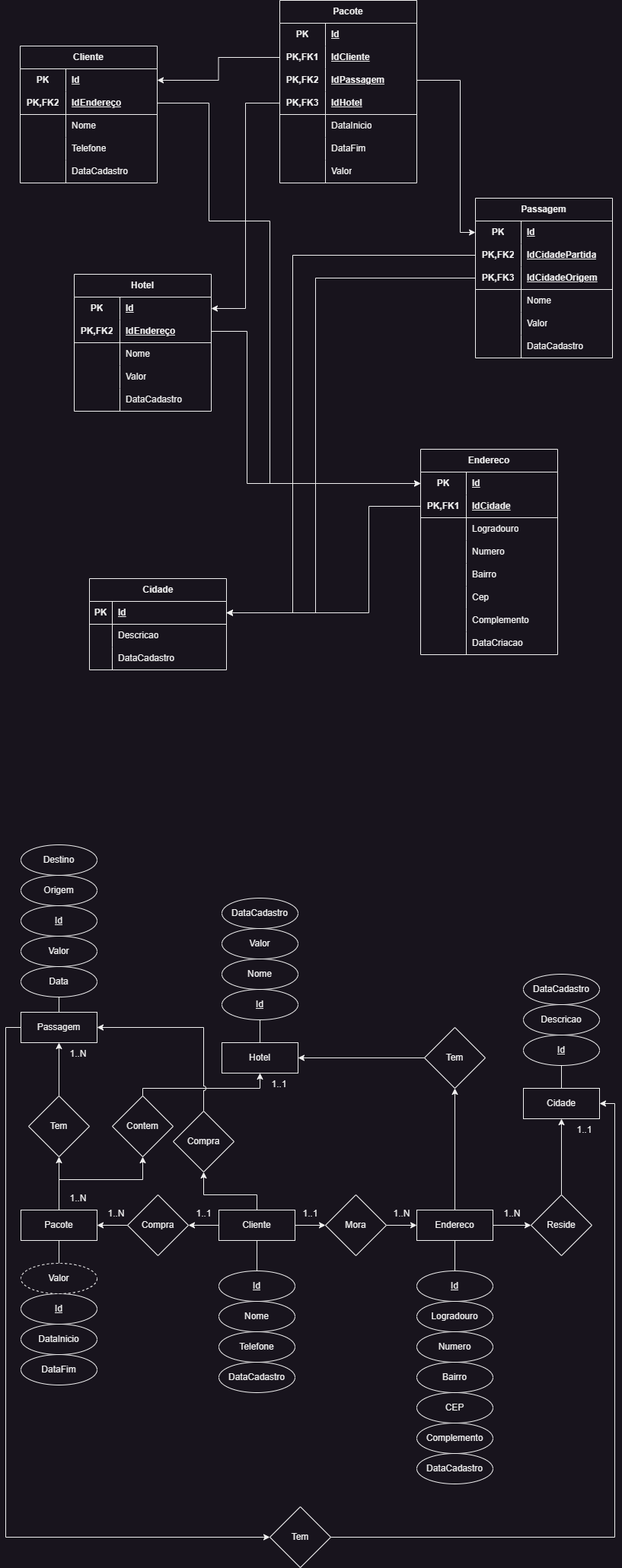
GBFerro/projandeTurismoADO keeps this draw.io diagram as Andre-turismo.png. Above is the earlier version. Source tidied: cells renumbered, new cells last; positions are measured from the earlier drawing's top-left corner, leaving out a move shared by most shapes.
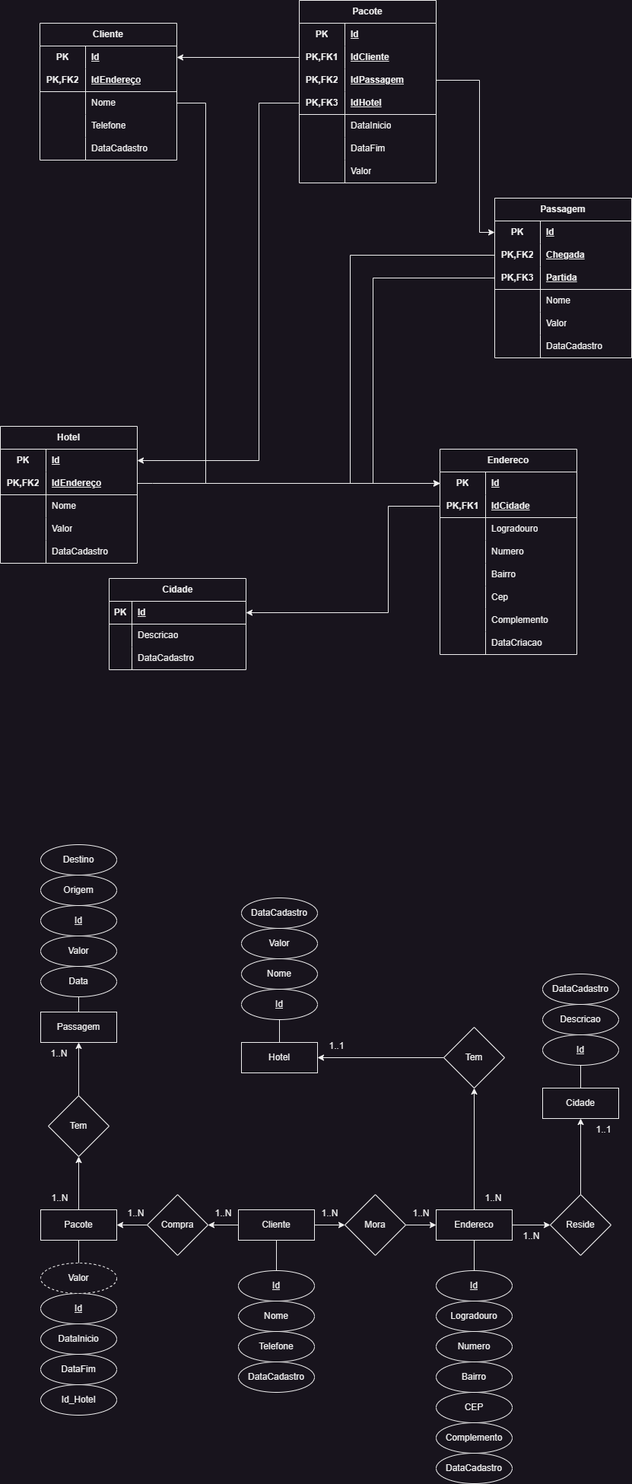
Above is the later version.

The edit, as a diff of the source:
```diff
@@ -107,14 +107,6 @@
     <mxCell id="36" value="DataCriacao" style="shape=partialRectangle;fillColor=none;top=0;left=0;bottom=0;right=0;align=left;spacingLeft=6;overflow=hidden;html=1;whiteSpace=wrap;" parent="34" vertex="1">
       <mxGeometry x="60" width="120" height="30" as="geometry" />
     </mxCell>
-    <mxCell id="37" style="edgeStyle=orthogonalEdgeStyle;rounded=0;jettySize=auto;html=1;" parent="1" edge="1" source="39" target="93">
-      <mxGeometry relative="1" as="geometry">
-        <Array as="points">
-          <mxPoint x="70" y="1550" />
-          <mxPoint x="180" y="1550" />
-        </Array>
-      </mxGeometry>
-    </mxCell>
     <mxCell id="38" style="edgeStyle=orthogonalEdgeStyle;rounded=0;jettySize=auto;html=1;" parent="1" edge="1" source="39" target="98">
       <mxGeometry relative="1" as="geometry" />
     </mxCell>
@@ -130,25 +122,9 @@
     <mxCell id="42" style="edgeStyle=orthogonalEdgeStyle;rounded=0;jettySize=auto;html=1;" parent="1" edge="1" source="44" target="89">
       <mxGeometry relative="1" as="geometry" />
     </mxCell>
-    <mxCell id="43" style="edgeStyle=orthogonalEdgeStyle;rounded=0;jettySize=auto;html=1;" parent="1" edge="1" source="44" target="104">
-      <mxGeometry relative="1" as="geometry">
-        <Array as="points">
-          <mxPoint x="330" y="1570" />
-          <mxPoint x="260" y="1570" />
-        </Array>
-      </mxGeometry>
-    </mxCell>
     <mxCell id="44" value="Cliente" style="whiteSpace=wrap;html=1;align=center;" parent="1" vertex="1">
       <mxGeometry x="280" y="1590" width="100" height="40" as="geometry" />
     </mxCell>
-    <mxCell id="45" style="edgeStyle=orthogonalEdgeStyle;rounded=0;jettySize=auto;html=1;exitX=0;exitY=0.5;exitDx=0;exitDy=0;entryX=0;entryY=0.5;entryDx=0;entryDy=0;" parent="1" edge="1" source="46" target="108">
-      <mxGeometry relative="1" as="geometry">
-        <Array as="points">
-          <mxPoint y="1350" />
-          <mxPoint y="2020" />
-        </Array>
-      </mxGeometry>
-    </mxCell>
     <mxCell id="46" value="Passagem" style="whiteSpace=wrap;html=1;align=center;" parent="1" vertex="1">
       <mxGeometry x="20" y="1330" width="100" height="40" as="geometry" />
     </mxCell>
@@ -261,7 +237,7 @@
       <mxGeometry x="740" y="1470" width="40" height="30" as="geometry" />
     </mxCell>
     <mxCell id="83" value="1..N" style="text;html=1;align=center;verticalAlign=middle;strokeColor=none;fillColor=none;" parent="1" vertex="1">
-      <mxGeometry x="640" y="1580" width="50" height="30" as="geometry" />
+      <mxGeometry x="640" y="1610" width="50" height="30" as="geometry" />
     </mxCell>
     <mxCell id="84" style="edgeStyle=orthogonalEdgeStyle;rounded=0;jettySize=auto;html=1;" parent="1" edge="1" source="85" target="49">
       <mxGeometry relative="1" as="geometry" />
@@ -269,8 +245,8 @@
     <mxCell id="85" value="Mora" style="rhombus;whiteSpace=wrap;html=1;" parent="1" vertex="1">
       <mxGeometry x="420" y="1570" width="80" height="80" as="geometry" />
     </mxCell>
-    <mxCell id="86" value="1..1" style="text;html=1;align=center;verticalAlign=middle;strokeColor=none;fillColor=none;" parent="1" vertex="1">
-      <mxGeometry x="380" y="1580" width="40" height="30" as="geometry" />
+    <mxCell id="86" value="1..N" style="text;html=1;align=center;verticalAlign=middle;strokeColor=none;fillColor=none;" parent="1" vertex="1">
+      <mxGeometry x="375" y="1580" width="50" height="30" as="geometry" />
     </mxCell>
     <mxCell id="87" value="1..N" style="text;html=1;align=center;verticalAlign=middle;strokeColor=none;fillColor=none;" parent="1" vertex="1">
       <mxGeometry x="495" y="1580" width="50" height="30" as="geometry" />
@@ -281,31 +257,17 @@
     <mxCell id="89" value="Compra" style="rhombus;whiteSpace=wrap;html=1;" parent="1" vertex="1">
       <mxGeometry x="160" y="1570" width="80" height="80" as="geometry" />
     </mxCell>
-    <mxCell id="90" value="1..1" style="text;html=1;align=center;verticalAlign=middle;strokeColor=none;fillColor=none;" parent="1" vertex="1">
-      <mxGeometry x="240" y="1580" width="40" height="30" as="geometry" />
+    <mxCell id="90" value="1..N" style="text;html=1;align=center;verticalAlign=middle;strokeColor=none;fillColor=none;" parent="1" vertex="1">
+      <mxGeometry x="235" y="1580" width="50" height="30" as="geometry" />
     </mxCell>
     <mxCell id="91" value="1..N" style="text;html=1;align=center;verticalAlign=middle;strokeColor=none;fillColor=none;" parent="1" vertex="1">
       <mxGeometry x="120" y="1580" width="50" height="30" as="geometry" />
     </mxCell>
-    <mxCell id="92" style="edgeStyle=orthogonalEdgeStyle;rounded=0;jettySize=auto;html=1;exitX=0.5;exitY=0;exitDx=0;exitDy=0;entryX=0.5;entryY=1;entryDx=0;entryDy=0;" parent="1" edge="1" source="93" target="40">
-      <mxGeometry relative="1" as="geometry">
-        <Array as="points">
-          <mxPoint x="180" y="1430" />
-          <mxPoint x="334" y="1430" />
-        </Array>
-      </mxGeometry>
-    </mxCell>
-    <mxCell id="93" value="Contem" style="rhombus;whiteSpace=wrap;html=1;" parent="1" vertex="1">
-      <mxGeometry x="140" y="1440" width="80" height="80" as="geometry" />
-    </mxCell>
     <mxCell id="94" value="1..N" style="text;html=1;align=center;verticalAlign=middle;strokeColor=none;fillColor=none;" parent="1" vertex="1">
-      <mxGeometry x="70" y="1370" width="50" height="30" as="geometry" />
+      <mxGeometry x="19" y="1370" width="50" height="30" as="geometry" />
     </mxCell>
-    <mxCell id="95" value="1..1" style="text;html=1;align=center;verticalAlign=middle;strokeColor=none;fillColor=none;" parent="1" vertex="1">
-      <mxGeometry x="339" y="1410" width="40" height="30" as="geometry" />
-    </mxCell>
     <mxCell id="96" value="1..N" style="text;html=1;align=center;verticalAlign=middle;strokeColor=none;fillColor=none;" parent="1" vertex="1">
-      <mxGeometry x="70" y="1560" width="50" height="30" as="geometry" />
+      <mxGeometry x="20" y="1560" width="50" height="30" as="geometry" />
     </mxCell>
     <mxCell id="97" style="edgeStyle=orthogonalEdgeStyle;rounded=0;jettySize=auto;html=1;entryX=0.5;entryY=1;entryDx=0;entryDy=0;" parent="1" edge="1" source="98" target="46">
       <mxGeometry relative="1" as="geometry" />
@@ -325,30 +287,14 @@
     <mxCell id="102" value="Destino" style="ellipse;whiteSpace=wrap;html=1;align=center;" parent="1" vertex="1">
       <mxGeometry x="20" y="1110" width="100" height="40" as="geometry" />
     </mxCell>
-    <mxCell id="103" style="edgeStyle=orthogonalEdgeStyle;rounded=0;jettySize=auto;html=1;exitX=0.5;exitY=0;exitDx=0;exitDy=0;entryX=1;entryY=0.5;entryDx=0;entryDy=0;jumpStyle=arc;" parent="1" edge="1" source="104" target="46">
-      <mxGeometry relative="1" as="geometry">
-        <Array as="points">
-          <mxPoint x="260" y="1350" />
-        </Array>
-      </mxGeometry>
-    </mxCell>
-    <mxCell id="104" value="Compra" style="rhombus;whiteSpace=wrap;html=1;" parent="1" vertex="1">
-      <mxGeometry x="220" y="1460" width="80" height="80" as="geometry" />
-    </mxCell>
     <mxCell id="105" value="DataInicio" style="ellipse;whiteSpace=wrap;html=1;align=center;" parent="1" vertex="1">
       <mxGeometry x="20" y="1740" width="100" height="40" as="geometry" />
     </mxCell>
     <mxCell id="106" value="DataFim" style="ellipse;whiteSpace=wrap;html=1;align=center;" parent="1" vertex="1">
       <mxGeometry x="20" y="1780" width="100" height="40" as="geometry" />
     </mxCell>
-    <mxCell id="107" style="edgeStyle=orthogonalEdgeStyle;rounded=0;jettySize=auto;html=1;exitX=1;exitY=0.5;exitDx=0;exitDy=0;entryX=1;entryY=0.5;entryDx=0;entryDy=0;" parent="1" edge="1" source="108" target="50">
-      <mxGeometry relative="1" as="geometry" />
-    </mxCell>
-    <mxCell id="108" value="Tem" style="rhombus;whiteSpace=wrap;html=1;" parent="1" vertex="1">
-      <mxGeometry x="347" y="1980" width="80" height="80" as="geometry" />
-    </mxCell>
     <mxCell id="109" value="Cliente" style="shape=table;startSize=30;rowLines=0;fontStyle=1;align=center;html=1;whiteSpace=wrap;" parent="1" vertex="1">
-      <mxGeometry x="19" y="60" width="180" height="180" as="geometry" />
+      <mxGeometry x="19" y="30" width="180" height="180" as="geometry" />
     </mxCell>
     <mxCell id="110" style="shape=tableRow;horizontal=0;startSize=0;swimlaneHead=0;swimlaneBody=0;fillColor=none;points=[[0,0.5],[1,0.5]];portConstraint=eastwest;top=0;left=0;right=0;bottom=0;html=1;" parent="109" vertex="1">
       <mxGeometry y="30" width="180" height="30" as="geometry" />
@@ -396,7 +342,7 @@
       <mxGeometry x="60" width="120" height="30" as="geometry" />
     </mxCell>
     <mxCell id="125" value="Hotel" style="shape=table;startSize=30;rowLines=0;fontStyle=1;align=center;html=1;whiteSpace=wrap;" parent="1" vertex="1">
-      <mxGeometry x="90" y="360" width="180" height="180" as="geometry" />
+      <mxGeometry x="-33" y="560" width="180" height="180" as="geometry" />
     </mxCell>
     <mxCell id="126" style="shape=tableRow;horizontal=0;startSize=0;swimlaneHead=0;swimlaneBody=0;fillColor=none;points=[[0,0.5],[1,0.5]];portConstraint=eastwest;top=0;left=0;right=0;bottom=0;html=1;" parent="125" vertex="1">
       <mxGeometry y="30" width="180" height="30" as="geometry" />
@@ -461,7 +407,7 @@
     <mxCell id="146" value="PK,FK2" style="shape=partialRectangle;fillColor=none;top=0;left=0;bottom=0;right=0;fontStyle=1;overflow=hidden;html=1;whiteSpace=wrap;" parent="145" vertex="1">
       <mxGeometry width="60" height="30" as="geometry" />
     </mxCell>
-    <mxCell id="147" value="IdCidadePartida" style="shape=partialRectangle;fillColor=none;top=0;left=0;bottom=0;right=0;align=left;spacingLeft=6;fontStyle=5;overflow=hidden;html=1;whiteSpace=wrap;" parent="145" vertex="1">
+    <mxCell id="147" value="Chegada" style="shape=partialRectangle;fillColor=none;top=0;left=0;bottom=0;right=0;align=left;spacingLeft=6;fontStyle=5;overflow=hidden;html=1;whiteSpace=wrap;" parent="145" vertex="1">
       <mxGeometry x="60" width="120" height="30" as="geometry" />
     </mxCell>
     <mxCell id="148" style="shape=tableRow;horizontal=0;startSize=0;swimlaneHead=0;swimlaneBody=0;fillColor=none;points=[[0,0.5],[1,0.5]];portConstraint=eastwest;top=0;left=0;right=0;bottom=1;html=1;" parent="141" vertex="1">
@@ -470,7 +416,7 @@
     <mxCell id="149" value="PK,FK3" style="shape=partialRectangle;fillColor=none;top=0;left=0;bottom=0;right=0;fontStyle=1;overflow=hidden;html=1;whiteSpace=wrap;" parent="148" vertex="1">
       <mxGeometry width="60" height="30" as="geometry" />
     </mxCell>
-    <mxCell id="150" value="IdCidadeOrigem" style="shape=partialRectangle;fillColor=none;top=0;left=0;bottom=0;right=0;align=left;spacingLeft=6;fontStyle=5;overflow=hidden;html=1;whiteSpace=wrap;" parent="148" vertex="1">
+    <mxCell id="150" value="Partida" style="shape=partialRectangle;fillColor=none;top=0;left=0;bottom=0;right=0;align=left;spacingLeft=6;fontStyle=5;overflow=hidden;html=1;whiteSpace=wrap;" parent="148" vertex="1">
       <mxGeometry x="60" width="120" height="30" as="geometry" />
     </mxCell>
     <mxCell id="151" style="shape=tableRow;horizontal=0;startSize=0;swimlaneHead=0;swimlaneBody=0;fillColor=none;top=0;left=0;right=0;bottom=0;html=1;" parent="141" vertex="1">
@@ -570,7 +516,12 @@
       <mxGeometry relative="1" as="geometry" />
     </mxCell>
     <mxCell id="183" style="edgeStyle=orthogonalEdgeStyle;rounded=0;jettySize=auto;html=1;exitX=0;exitY=0.5;exitDx=0;exitDy=0;" parent="1" edge="1" source="170" target="126">
-      <mxGeometry relative="1" as="geometry" />
+      <mxGeometry relative="1" as="geometry">
+        <Array as="points">
+          <mxPoint x="307" y="135" />
+          <mxPoint x="307" y="605" />
+        </Array>
+      </mxGeometry>
     </mxCell>
     <mxCell id="184" style="edgeStyle=orthogonalEdgeStyle;rounded=0;jettySize=auto;html=1;exitX=1;exitY=0.5;exitDx=0;exitDy=0;entryX=0;entryY=0.5;entryDx=0;entryDy=0;" parent="1" edge="1" source="167" target="142">
       <mxGeometry relative="1" as="geometry">
@@ -588,39 +539,45 @@
         </Array>
       </mxGeometry>
     </mxCell>
-    <mxCell id="186" style="edgeStyle=orthogonalEdgeStyle;rounded=0;jettySize=auto;html=1;exitX=0;exitY=0.5;exitDx=0;exitDy=0;entryX=1;entryY=0.5;entryDx=0;entryDy=0;" parent="1" edge="1" source="145" target="3">
-      <mxGeometry relative="1" as="geometry">
-        <Array as="points">
-          <mxPoint x="377" y="335" />
-          <mxPoint x="377" y="805" />
-        </Array>
-      </mxGeometry>
-    </mxCell>
-    <mxCell id="187" style="edgeStyle=orthogonalEdgeStyle;rounded=0;jettySize=auto;html=1;exitX=0;exitY=0.5;exitDx=0;exitDy=0;entryX=1;entryY=0.5;entryDx=0;entryDy=0;" parent="1" edge="1" source="148" target="3">
-      <mxGeometry relative="1" as="geometry">
-        <Array as="points">
-          <mxPoint x="407" y="365" />
-          <mxPoint x="407" y="805" />
-        </Array>
-      </mxGeometry>
-    </mxCell>
     <mxCell id="188" style="edgeStyle=orthogonalEdgeStyle;rounded=0;jettySize=auto;html=1;exitX=1;exitY=0.5;exitDx=0;exitDy=0;entryX=0;entryY=0.5;entryDx=0;entryDy=0;" parent="1" edge="1" source="129" target="13">
       <mxGeometry relative="1" as="geometry">
         <Array as="points">
-          <mxPoint x="317" y="435" />
-          <mxPoint x="317" y="635" />
+          <mxPoint x="167" y="635" />
         </Array>
       </mxGeometry>
     </mxCell>
     <mxCell id="189" style="edgeStyle=orthogonalEdgeStyle;rounded=0;jettySize=auto;html=1;exitX=1;exitY=0.5;exitDx=0;exitDy=0;entryX=0;entryY=0.5;entryDx=0;entryDy=0;" parent="1" edge="1" source="113" target="13">
       <mxGeometry relative="1" as="geometry">
         <Array as="points">
-          <mxPoint x="267" y="135" />
-          <mxPoint x="267" y="290" />
-          <mxPoint x="347" y="290" />
-          <mxPoint x="347" y="635" />
+          <mxPoint x="237" y="135" />
+          <mxPoint x="237" y="635" />
         </Array>
       </mxGeometry>
     </mxCell>
+    <mxCell id="190" value="Id_Hotel" style="ellipse;whiteSpace=wrap;html=1;align=center;" parent="1" vertex="1">
+      <mxGeometry x="20" y="1820" width="100" height="40" as="geometry" />
+    </mxCell>
+    <mxCell id="95" value="1..1" style="text;html=1;align=center;verticalAlign=middle;strokeColor=none;fillColor=none;" parent="1" vertex="1">
+      <mxGeometry x="389" y="1360" width="40" height="30" as="geometry" />
+    </mxCell>
+    <mxCell id="191" value="1..N" style="text;html=1;align=center;verticalAlign=middle;strokeColor=none;fillColor=none;" parent="1" vertex="1">
+      <mxGeometry x="590" y="1560" width="50" height="30" as="geometry" />
+    </mxCell>
+    <mxCell id="192" style="edgeStyle=orthogonalEdgeStyle;rounded=0;jettySize=auto;html=1;exitX=0;exitY=0.5;exitDx=0;exitDy=0;entryX=0;entryY=0.5;entryDx=0;entryDy=0;" parent="1" edge="1" source="145" target="13">
+      <mxGeometry relative="1" as="geometry">
+        <Array as="points">
+          <mxPoint x="427" y="335" />
+          <mxPoint x="427" y="635" />
+        </Array>
+      </mxGeometry>
+    </mxCell>
+    <mxCell id="193" style="edgeStyle=orthogonalEdgeStyle;rounded=0;jettySize=auto;html=1;exitX=0;exitY=0.5;exitDx=0;exitDy=0;entryX=0;entryY=0.5;entryDx=0;entryDy=0;" parent="1" edge="1" source="148" target="13">
+      <mxGeometry relative="1" as="geometry">
+        <Array as="points">
+          <mxPoint x="457" y="365" />
+          <mxPoint x="457" y="635" />
+        </Array>
+      </mxGeometry>
+    </mxCell>
   </root>
 </mxGraphModel>
```
